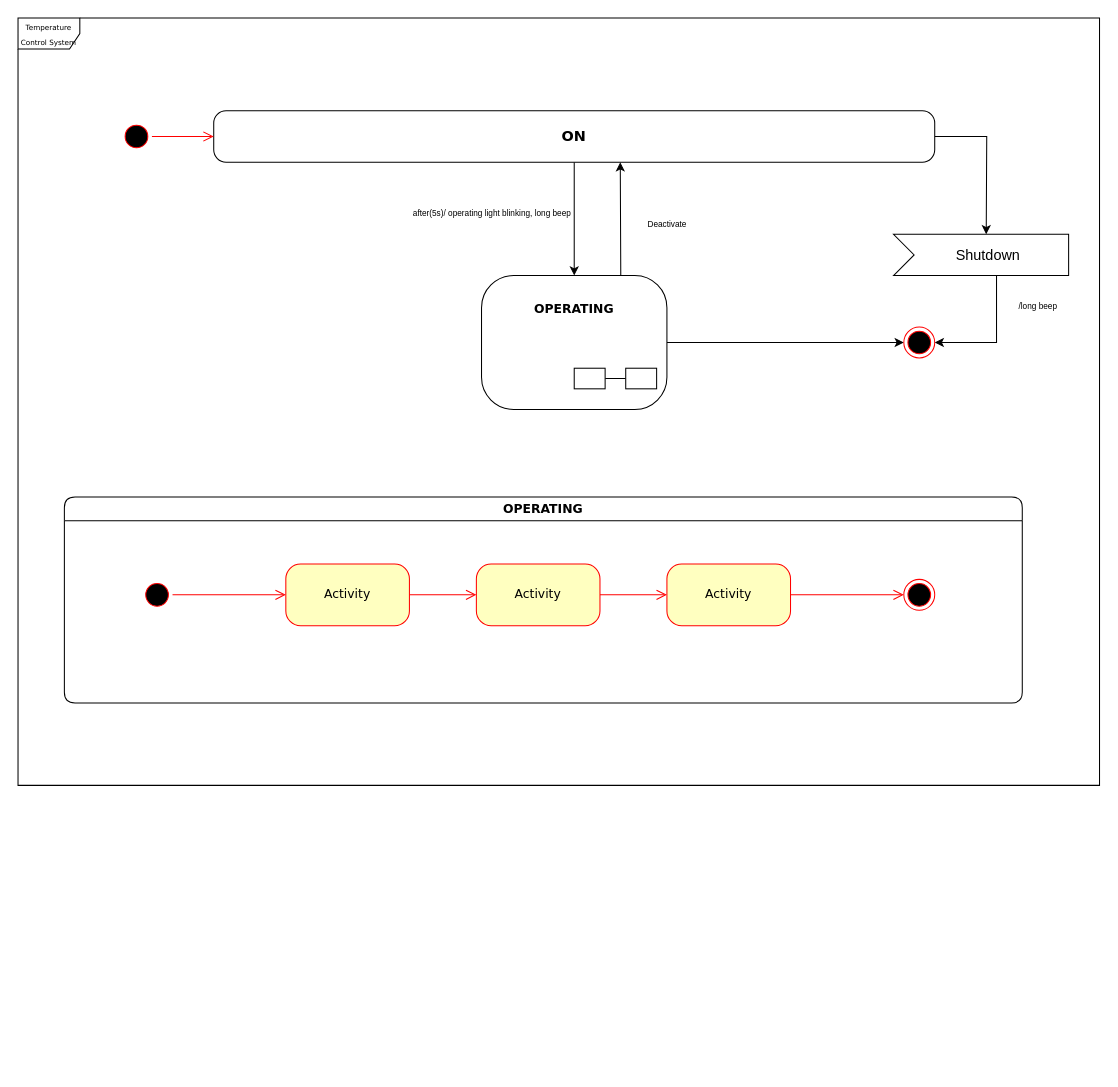
OZiad/UML_State_Machine_331 keeps this draw.io diagram as temp_co2_control_system.drawio. Above is the earlier version. Source tidied: cells renumbered, new cells numbered last; positions are measured from the earlier drawing's top-left corner, leaving out a move shared by most shapes. Both pictures are drawn from the tidied source at 103%, with x=0, y=0 at pixel (18, 18).
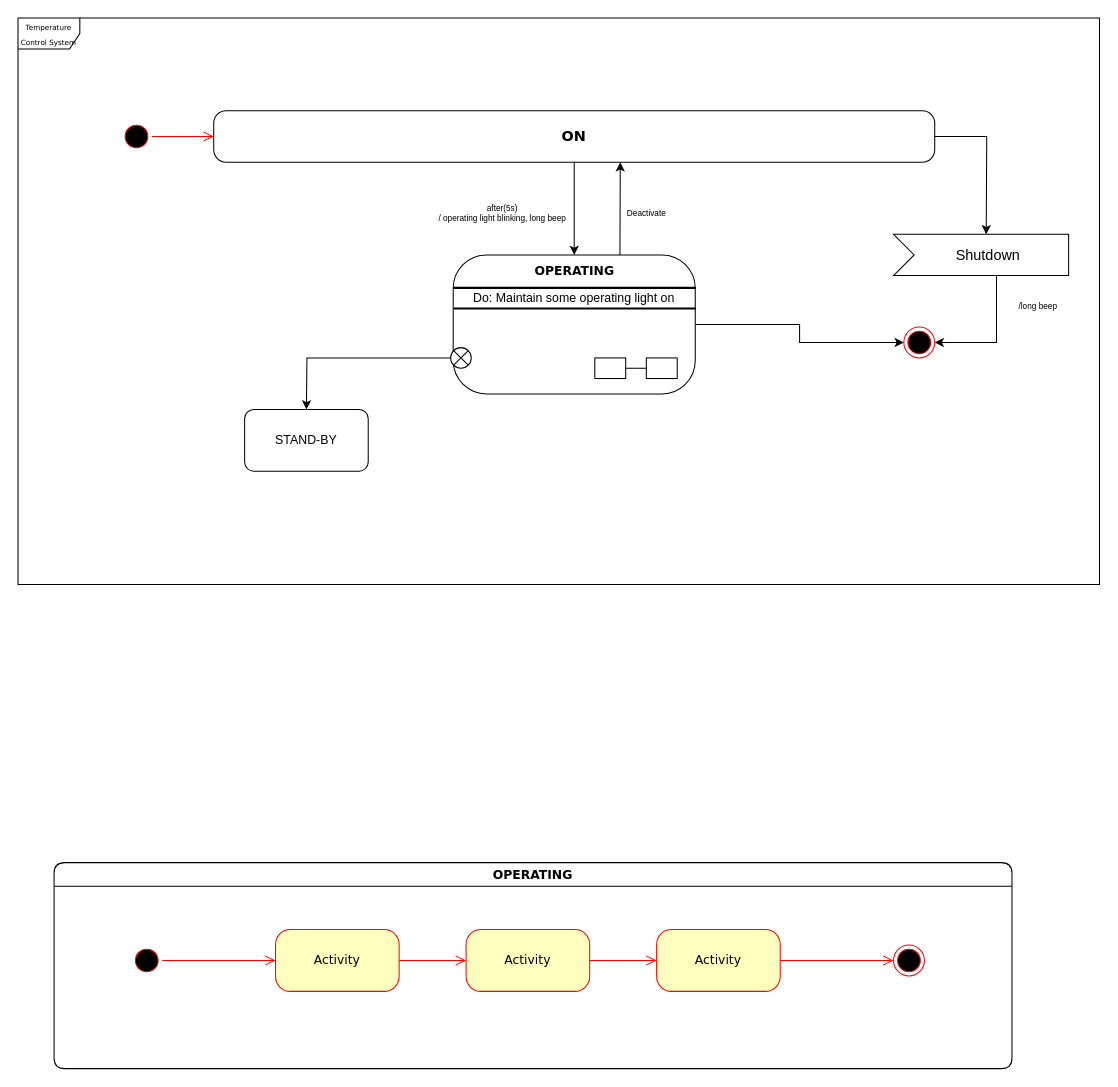
The same page after the edit.

Commit message:
Add OPERATING state Do behaviour

Change to the diagram source:
```diff
@@
     <mxCell id="2" value="&lt;font style=&quot;font-size: 7px;&quot;&gt;Temperature Control System&lt;/font&gt;" style="shape=umlFrame;whiteSpace=wrap;html=1;rounded=1;shadow=0;comic=0;labelBackgroundColor=none;strokeWidth=1;fontFamily=Verdana;fontSize=12;align=center;" parent="1" vertex="1">
-      <mxGeometry width="1050" height="745" as="geometry" />
+      <mxGeometry width="1050" height="550" as="geometry" />
     </mxCell>
@@
     <mxCell id="7" value="OPERATING" style="swimlane;whiteSpace=wrap;html=1;rounded=1;shadow=0;comic=0;labelBackgroundColor=none;strokeWidth=1;fontFamily=Verdana;fontSize=12;align=center;" parent="1" vertex="1">
-      <mxGeometry x="45" y="465" width="930" height="200" as="geometry" />
+      <mxGeometry x="35" y="820" width="930" height="200" as="geometry" />
     </mxCell>
@@
-    <mxCell id="18" style="edgeStyle=orthogonalEdgeStyle;rounded=0;orthogonalLoop=1;jettySize=auto;html=1;" parent="1" edge="1">
+    <mxCell id="18" style="edgeStyle=orthogonalEdgeStyle;rounded=0;jettySize=auto;html=1;exitX=0.689;exitY=0.011;exitDx=0;exitDy=0;exitPerimeter=0;" parent="1" edge="1" source="20">
       <mxGeometry relative="1" as="geometry">
-        <mxPoint x="524.7" y="250" as="sourcePoint" />
         <mxPoint x="584.7" y="140" as="targetPoint" />
+        <Array as="points">
+          <mxPoint x="584" y="227" />
+        </Array>
       </mxGeometry>
     </mxCell>
@@
-    <mxCell id="20" value="&lt;span style=&quot;font-size: 14px;&quot;&gt;&lt;b style=&quot;font-size: 12px;&quot;&gt;&lt;br&gt;OPERATING&lt;/b&gt;&lt;/span&gt;" style="rounded=1;whiteSpace=wrap;html=1;arcSize=24;shadow=0;comic=0;labelBackgroundColor=none;fontFamily=Verdana;fontSize=12;align=center;verticalAlign=top;horizontal=1;points=[[0,0,0,0,0],[0,0.25,0,0,0],[0,0.5,0,0,0],[0,0.75,0,0,0],[0,1,0,0,0],[0.25,0,0,0,0],[0.25,1,0,0,0],[0.5,0,0,0,0],[0.5,1,0,0,0],[0.75,0,0,0,0],[0.75,1,0,0,0],[1,0,0,0,0],[1,0.25,0,0,0],[1,0.5,0,0,0],[1,0.75,0,0,0],[1,1,0,0,0]];" parent="1" vertex="1">
-      <mxGeometry x="450" y="250" width="180" height="130" as="geometry" />
+    <mxCell id="20" value="&lt;span style=&quot;font-size: 14px;&quot;&gt;&lt;b style=&quot;font-size: 12px;&quot;&gt;OPERATING&lt;/b&gt;&lt;/span&gt;" style="rounded=1;whiteSpace=wrap;html=1;arcSize=24;shadow=0;comic=0;labelBackgroundColor=none;fontFamily=Verdana;fontSize=12;align=center;verticalAlign=top;horizontal=1;points=[[0,0,0,0,0],[0,0.25,0,0,0],[0,0.5,0,0,0],[0,0.75,0,0,0],[0,1,0,0,0],[0.25,0,0,0,0],[0.25,1,0,0,0],[0.5,0,0,0,0],[0.5,1,0,0,0],[0.75,0,0,0,0],[0.75,1,0,0,0],[1,0,0,0,0],[1,0.25,0,0,0],[1,0.5,0,0,0],[1,0.75,0,0,0],[1,1,0,0,0]];" parent="1" vertex="1">
+      <mxGeometry x="422.5" y="230" width="235" height="135" as="geometry" />
     </mxCell>
@@
     <mxCell id="22" style="rounded=0;whiteSpace=wrap;html=1;" parent="1" vertex="1">
-      <mxGeometry x="540" y="340" width="30" height="20" as="geometry" />
+      <mxGeometry x="560" y="330" width="30" height="20" as="geometry" />
     </mxCell>
     <mxCell id="23" style="rounded=0;whiteSpace=wrap;html=1;" parent="1" vertex="1">
-      <mxGeometry x="590" y="340" width="30" height="20" as="geometry" />
+      <mxGeometry x="610" y="330" width="30" height="20" as="geometry" />
     </mxCell>
-    <mxCell id="24" value="after(5s)/ operating light blinking, long beep" style="text;strokeColor=none;fillColor=none;html=1;fontSize=8;fontStyle=0;verticalAlign=middle;align=center;" parent="1" vertex="1">
-      <mxGeometry x="410" y="170" width="100" height="40" as="geometry" />
+    <mxCell id="24" value="after(5s)&lt;br&gt;/ operating light blinking, long beep" style="text;strokeColor=none;fillColor=none;html=1;fontSize=8;fontStyle=0;verticalAlign=middle;align=center;" parent="1" vertex="1">
+      <mxGeometry x="420" y="170" width="100" height="40" as="geometry" />
     </mxCell>
     <mxCell id="25" value="Deactivate" style="text;strokeColor=none;fillColor=none;html=1;fontSize=8;fontStyle=0;verticalAlign=middle;align=center;" parent="1" vertex="1">
-      <mxGeometry x="580" y="180" width="100" height="40" as="geometry" />
+      <mxGeometry x="560" y="170" width="100" height="40" as="geometry" />
     </mxCell>
@@
+    <mxCell id="30" style="edgeStyle=orthogonalEdgeStyle;rounded=0;jettySize=auto;html=1;" parent="1" edge="1" source="31">
+      <mxGeometry relative="1" as="geometry">
+        <mxPoint x="280" y="380" as="targetPoint" />
+      </mxGeometry>
+    </mxCell>
+    <mxCell id="31" style="shape=sumEllipse;perimeter=ellipsePerimeter;html=1;backgroundOutline=1;" parent="1" vertex="1">
+      <mxGeometry x="420" y="320" width="20" height="20" as="geometry" />
+    </mxCell>
+    <mxCell id="32" value="STAND-BY" style="rounded=1;whiteSpace=wrap;html=1;" parent="1" vertex="1">
+      <mxGeometry x="220" y="380" width="120" height="60" as="geometry" />
+    </mxCell>
+    <mxCell id="33" style="line;strokeWidth=2;html=1;" parent="1" vertex="1">
+      <mxGeometry x="423" y="257" width="235" height="10" as="geometry" />
+    </mxCell>
+    <mxCell id="34" style="line;strokeWidth=2;html=1;" parent="1" vertex="1">
+      <mxGeometry x="423" y="277" width="235" height="10" as="geometry" />
+    </mxCell>
+    <mxCell id="35" value="Do: Maintain some operating light on" style="text;html=1;strokeColor=none;fillColor=none;align=center;verticalAlign=middle;whiteSpace=wrap;rounded=0;" parent="1" vertex="1">
+      <mxGeometry x="440" y="257" width="200" height="30" as="geometry" />
+    </mxCell>
```
